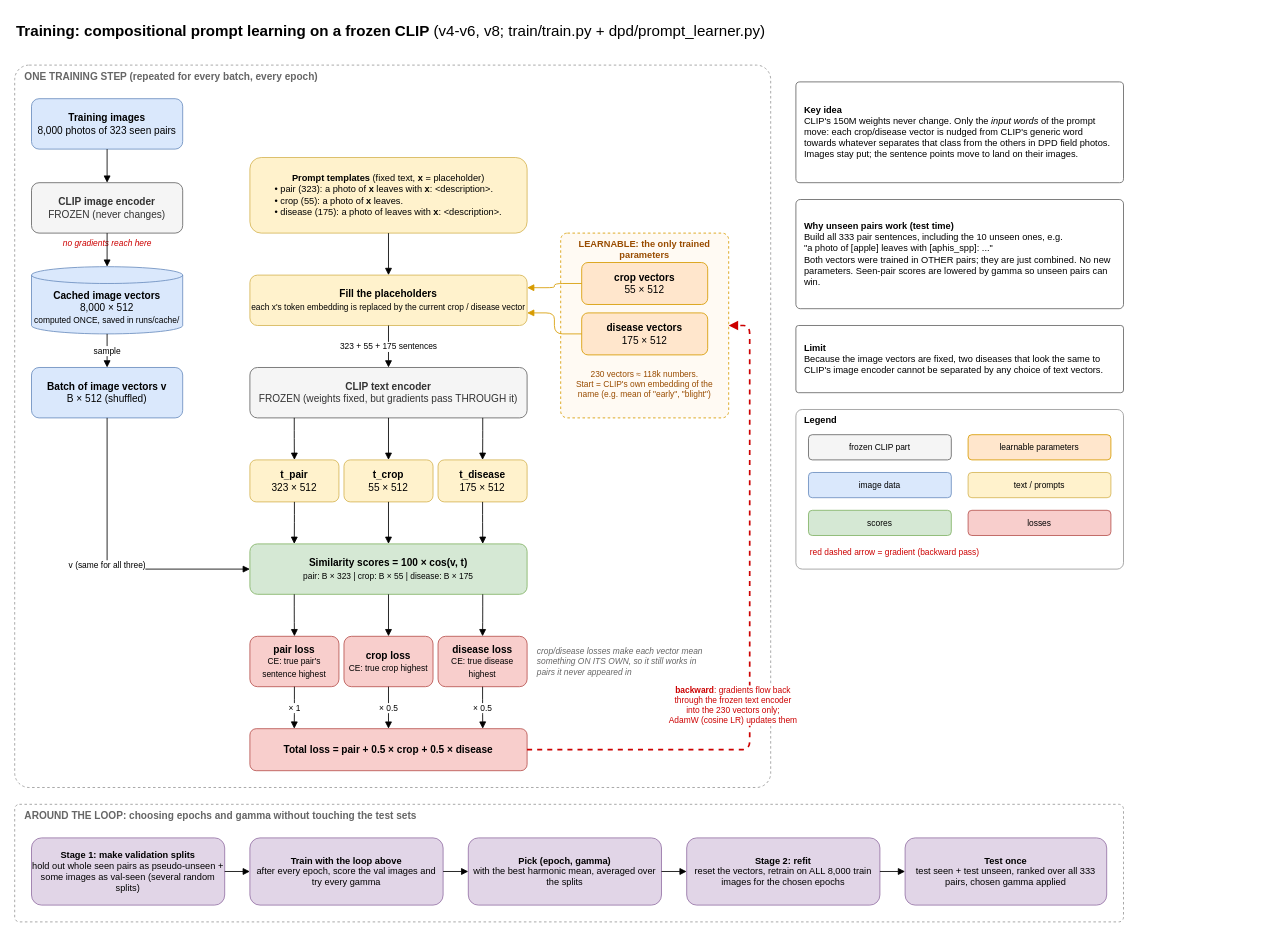
Earlier version of the draw.io diagram docs/vlm/vlm.drawio (Suerfine/Out-Of-Distribution-Plant-Disease-Identification). Source tidied: cells renumbered, new cells numbered last; positions are measured from the earlier drawing's top-left corner, leaving out a move shared by most shapes. Both pictures are drawn from the tidied source at 84%, with x=0, y=0 at pixel (14, 14).
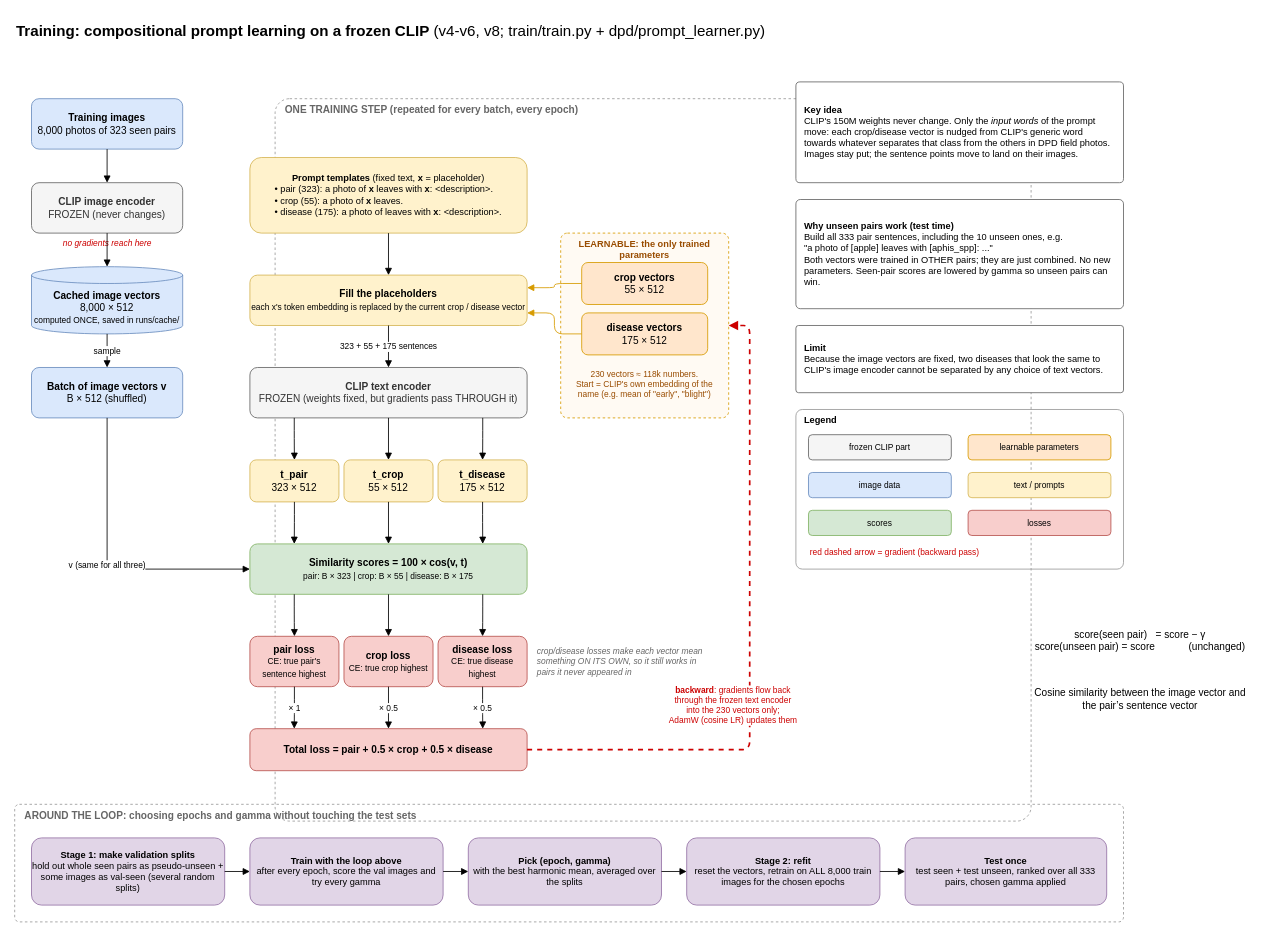
The same page after the edit.

Commit message:
Implement code changes to enhance functionality and improve performance

Change to the diagram source:
```diff
@@
     <mxCell id="3" value="ONE TRAINING STEP (repeated for every batch, every epoch)" style="rounded=1;whiteSpace=wrap;html=1;dashed=1;fillColor=none;strokeColor=#999999;verticalAlign=top;align=left;spacingLeft=10;fontStyle=1;fontColor=#666666;arcSize=2;" parent="1" vertex="1">
-      <mxGeometry y="60" width="900" height="860" as="geometry" />
+      <mxGeometry x="310" y="100" width="900" height="860" as="geometry" />
     </mxCell>
@@
+    <mxCell id="67" value="&lt;div&gt;score(seen pair)&amp;nbsp; &amp;nbsp;= score − γ&lt;/div&gt;&lt;div&gt;score(unseen pair) = score&amp;nbsp; &amp;nbsp; &amp;nbsp; &amp;nbsp; &amp;nbsp; &amp;nbsp; (unchanged)&lt;/div&gt;" style="text;html=1;whiteSpace=wrap;strokeColor=none;fillColor=none;align=center;verticalAlign=middle;rounded=0;" parent="1" vertex="1">
+      <mxGeometry x="1185" y="730" width="310" height="30" as="geometry" />
+    </mxCell>
+    <mxCell id="68" value="Cosine similarity between the image vector and the pair’s sentence vector" style="text;html=1;whiteSpace=wrap;strokeColor=none;fillColor=none;align=center;verticalAlign=middle;rounded=0;" parent="1" vertex="1">
+      <mxGeometry x="1210" y="800" width="260" height="30" as="geometry" />
+    </mxCell>
```
